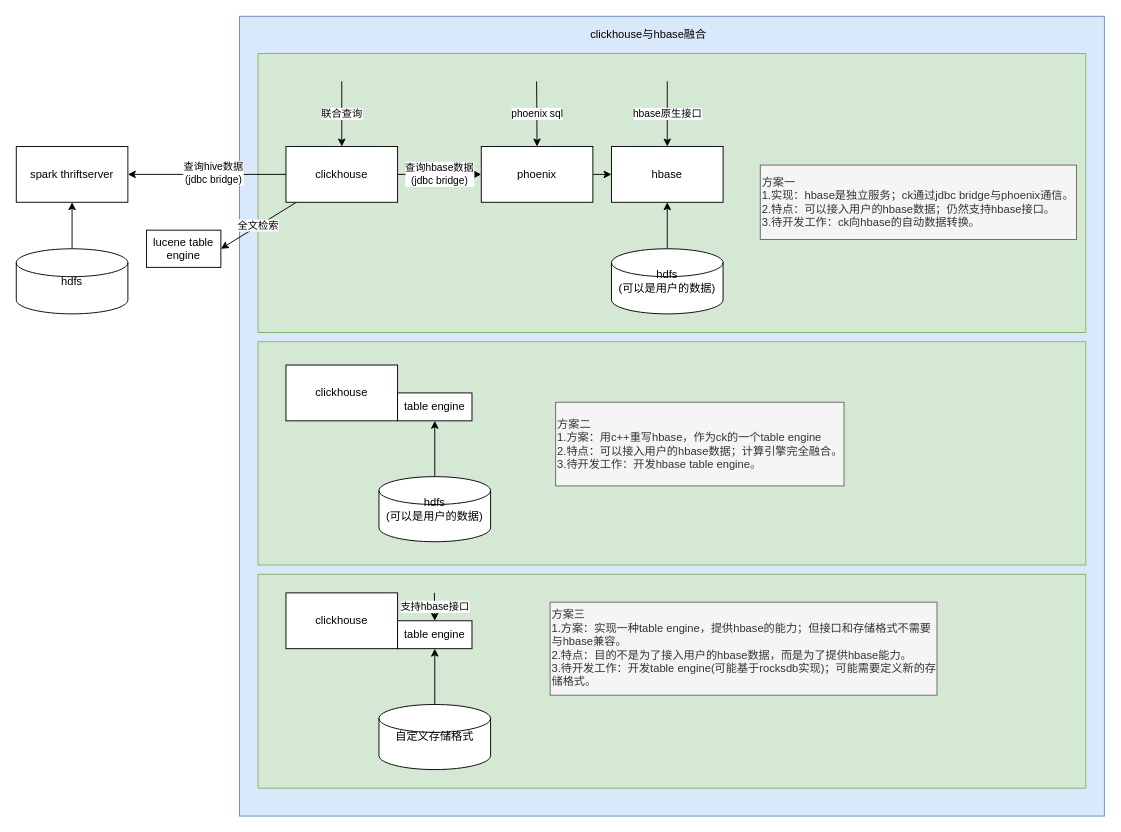
Before: page "多模hbase" (7 of 9) of design/cube.drawio in cloudnativecube/octopus, a draw.io diagram. Source tidied: cells renumbered, new cells numbered last; positions are measured from the earlier drawing's top-left corner, leaving out a move shared by most shapes. Both pictures are drawn from the tidied source at 93%, with x=0, y=0 at pixel (16, 16).
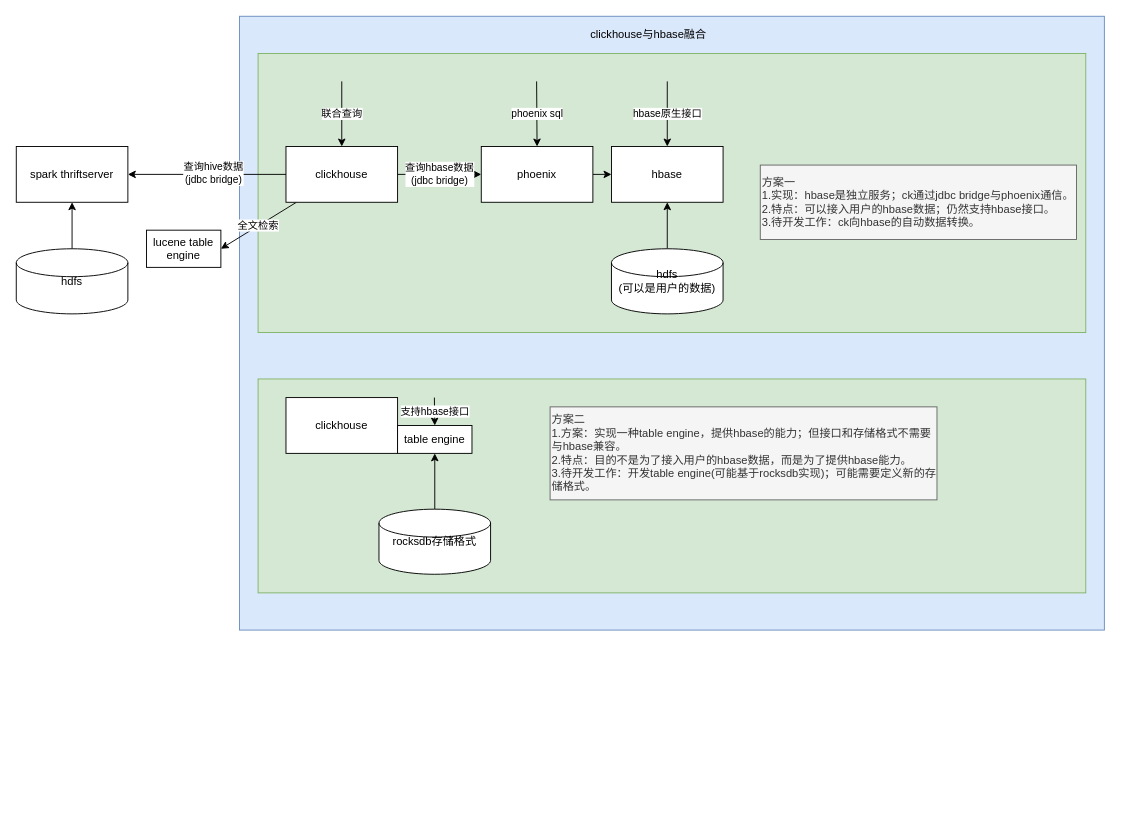
Above is the later version.

Diff of the diagram source:
```diff
@@
     <mxCell id="2" style="rounded=0;whiteSpace=wrap;html=1;align=center;fillColor=#dae8fc;strokeColor=#6c8ebf;" parent="1" vertex="1">
-      <mxGeometry x="240" width="930" height="860" as="geometry" />
+      <mxGeometry x="240" width="930" height="660" as="geometry" />
     </mxCell>
     <mxCell id="3" style="rounded=0;whiteSpace=wrap;html=1;align=center;fillColor=#d5e8d4;strokeColor=#82b366;" parent="1" vertex="1">
-      <mxGeometry x="260" y="600" width="890" height="230" as="geometry" />
+      <mxGeometry x="260" y="390" width="890" height="230" as="geometry" />
     </mxCell>
-    <mxCell id="4" style="rounded=0;whiteSpace=wrap;html=1;align=center;fillColor=#d5e8d4;strokeColor=#82b366;" parent="1" vertex="1">
-      <mxGeometry x="260" y="350" width="890" height="240" as="geometry" />
-    </mxCell>
@@
-    <mxCell id="15" value="clickhouse" style="rounded=0;whiteSpace=wrap;html=1;" parent="1" vertex="1">
-      <mxGeometry x="290" y="375" width="120" height="60" as="geometry" />
-    </mxCell>
-    <mxCell id="16" value="table engine" style="rounded=0;whiteSpace=wrap;html=1;" parent="1" vertex="1">
-      <mxGeometry x="410" y="405" width="80" height="30" as="geometry" />
-    </mxCell>
-    <mxCell id="17" style="edgeStyle=none;rounded=0;jettySize=auto;html=1;" parent="1" edge="1" source="18">
-      <mxGeometry relative="1" as="geometry">
-        <mxPoint x="450" y="435" as="targetPoint" />
-      </mxGeometry>
-    </mxCell>
-    <mxCell id="18" value="hdfs&lt;br&gt;(可以是用户的数据)" style="shape=cylinder2;whiteSpace=wrap;html=1;boundedLbl=1;backgroundOutline=1;size=15;" parent="1" vertex="1">
-      <mxGeometry x="390" y="495" width="120" height="70" as="geometry" />
-    </mxCell>
     <mxCell id="19" value="clickhouse" style="rounded=0;whiteSpace=wrap;html=1;" parent="1" vertex="1">
-      <mxGeometry x="290" y="620" width="120" height="60" as="geometry" />
+      <mxGeometry x="290" y="410" width="120" height="60" as="geometry" />
     </mxCell>
     <mxCell id="20" value="table engine" style="rounded=0;whiteSpace=wrap;html=1;" parent="1" vertex="1">
-      <mxGeometry x="410" y="650" width="80" height="30" as="geometry" />
+      <mxGeometry x="410" y="440" width="80" height="30" as="geometry" />
     </mxCell>
     <mxCell id="21" style="edgeStyle=none;rounded=0;jettySize=auto;html=1;" parent="1" edge="1" source="22">
       <mxGeometry relative="1" as="geometry">
-        <mxPoint x="450" y="680" as="targetPoint" />
+        <mxPoint x="450" y="470" as="targetPoint" />
       </mxGeometry>
     </mxCell>
-    <mxCell id="22" value="自定义存储格式" style="shape=cylinder2;whiteSpace=wrap;html=1;boundedLbl=1;backgroundOutline=1;size=15;" parent="1" vertex="1">
-      <mxGeometry x="390" y="740" width="120" height="70" as="geometry" />
+    <mxCell id="22" value="rocksdb存储格式" style="shape=cylinder2;whiteSpace=wrap;html=1;boundedLbl=1;backgroundOutline=1;size=15;" parent="1" vertex="1">
+      <mxGeometry x="390" y="530" width="120" height="70" as="geometry" />
     </mxCell>
@@
-    <mxCell id="25" value="方案二&lt;br&gt;1.方案：用c++重写hbase，作为ck的一个table engine&lt;br&gt;2.特点：可以接入用户的hbase数据；计算引擎完全融合。&lt;br&gt;3.待开发工作：开发hbase table engine。" style="rounded=0;whiteSpace=wrap;html=1;fillColor=#f5f5f5;strokeColor=#666666;fontColor=#333333;align=left;" parent="1" vertex="1">
-      <mxGeometry x="580" y="415" width="310" height="90" as="geometry" />
-    </mxCell>
-    <mxCell id="26" value="方案三&lt;br&gt;1.方案：实现一种table engine，提供hbase的能力；但接口和存储格式不需要与hbase兼容。&lt;br&gt;2.特点：目的不是为了接入用户的hbase数据，而是为了提供hbase能力。&lt;br&gt;3.待开发工作：开发table engine(可能基于rocksdb实现)；可能需要定义新的存储格式。" style="rounded=0;whiteSpace=wrap;html=1;fillColor=#f5f5f5;strokeColor=#666666;fontColor=#333333;align=left;" parent="1" vertex="1">
-      <mxGeometry x="574" y="630" width="416" height="100" as="geometry" />
+    <mxCell id="26" value="方案二&lt;br&gt;1.方案：实现一种table engine，提供hbase的能力；但接口和存储格式不需要与hbase兼容。&lt;br&gt;2.特点：目的不是为了接入用户的hbase数据，而是为了提供hbase能力。&lt;br&gt;3.待开发工作：开发table engine(可能基于rocksdb实现)；可能需要定义新的存储格式。" style="rounded=0;whiteSpace=wrap;html=1;fillColor=#f5f5f5;strokeColor=#666666;fontColor=#333333;align=left;" parent="1" vertex="1">
+      <mxGeometry x="574" y="420" width="416" height="100" as="geometry" />
     </mxCell>
```
